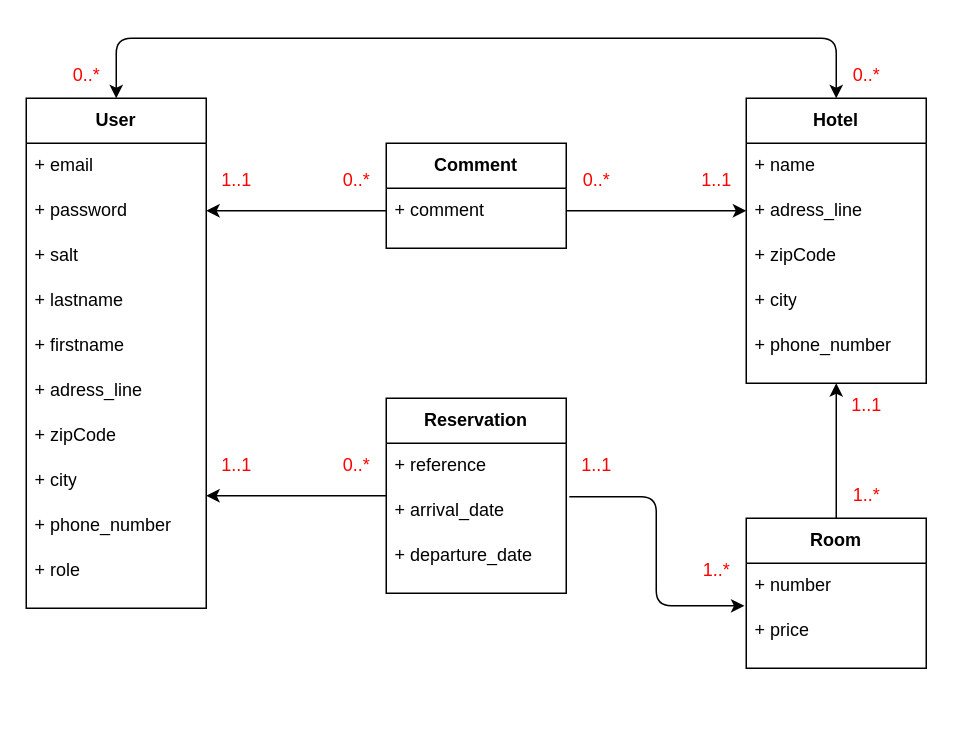
This is Conception/diagrammeBaseDeDonnées.drawio from SebastienCANVILLE/backdreaminluxehotelnew, a draw.io file, before an edit. Source tidied: cells renumbered, new cells numbered last; positions are measured from the earlier drawing's top-left corner, leaving out a move shared by most shapes. Both pictures are drawn from the tidied source at 150%, with x=0, y=0 at pixel (26, 38).
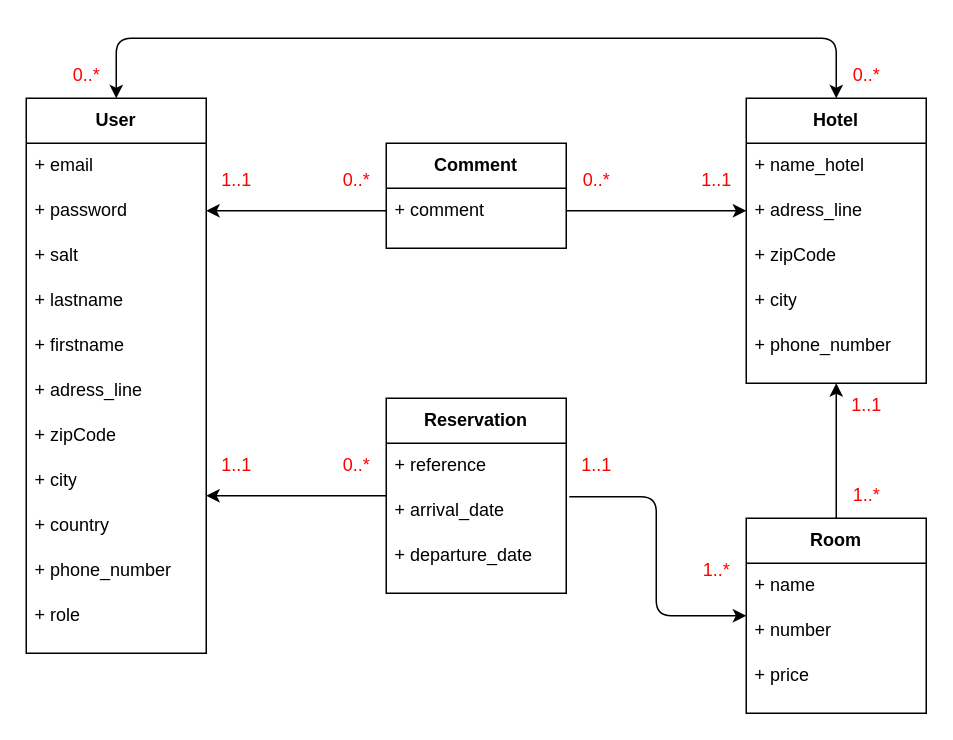
After the change.

Unchanged cells that the change refers to:
```xml
<mxCell id="16" value="+ arrival_date" style="text;strokeColor=none;fillColor=none;align=left;verticalAlign=middle;spacingLeft=4;spacingRight=4;overflow=hidden;points=[[0,0.5],[1,0.5]];portConstraint=eastwest;whiteSpace=wrap;html=1;" parent="14" vertex="1">
  <mxGeometry y="60" width="120" height="30" as="geometry" />
</mxCell>
<mxCell id="18" value="Hotel" style="swimlane;whiteSpace=wrap;html=1;startSize=30;" parent="1" vertex="1">
  <mxGeometry x="480" y="40" width="120" height="190" as="geometry" />
</mxCell>
```

The edit, as a diff of the source:
```diff
@@
     <mxCell id="2" value="User" style="swimlane;whiteSpace=wrap;html=1;startSize=30;" parent="1" vertex="1">
-      <mxGeometry y="40" width="120" height="340" as="geometry" />
+      <mxGeometry y="40" width="120" height="370" as="geometry" />
     </mxCell>
@@
     <mxCell id="10" value="+ phone_number" style="text;strokeColor=none;fillColor=none;align=left;verticalAlign=middle;spacingLeft=4;spacingRight=4;overflow=hidden;whiteSpace=wrap;html=1;" parent="2" vertex="1">
-      <mxGeometry y="270" width="120" height="30" as="geometry" />
+      <mxGeometry y="300" width="120" height="30" as="geometry" />
     </mxCell>
     <mxCell id="11" value="+ role" style="text;strokeColor=none;fillColor=none;align=left;verticalAlign=middle;spacingLeft=4;spacingRight=4;overflow=hidden;whiteSpace=wrap;html=1;" parent="2" vertex="1">
-      <mxGeometry y="300" width="120" height="30" as="geometry" />
+      <mxGeometry y="330" width="120" height="30" as="geometry" />
     </mxCell>
@@
+    <mxCell id="46" value="+ country" style="text;strokeColor=none;fillColor=none;align=left;verticalAlign=middle;spacingLeft=4;spacingRight=4;overflow=hidden;whiteSpace=wrap;html=1;" parent="2" vertex="1">
+      <mxGeometry y="270" width="120" height="30" as="geometry" />
+    </mxCell>
@@
-    <mxCell id="20" value="+ name" style="text;strokeColor=none;fillColor=none;align=left;verticalAlign=middle;spacingLeft=4;spacingRight=4;overflow=hidden;whiteSpace=wrap;html=1;" parent="18" vertex="1">
+    <mxCell id="20" value="+ name_hotel" style="text;strokeColor=none;fillColor=none;align=left;verticalAlign=middle;spacingLeft=4;spacingRight=4;overflow=hidden;whiteSpace=wrap;html=1;" parent="18" vertex="1">
       <mxGeometry y="30" width="120" height="30" as="geometry" />
     </mxCell>
@@
     <mxCell id="25" value="Room" style="swimlane;whiteSpace=wrap;html=1;startSize=30;" parent="1" vertex="1">
-      <mxGeometry x="480" y="320" width="120" height="100" as="geometry" />
+      <mxGeometry x="480" y="320" width="120" height="130" as="geometry" />
     </mxCell>
+    <mxCell id="27" value="+ number" style="text;strokeColor=none;fillColor=none;align=left;verticalAlign=middle;spacingLeft=4;spacingRight=4;overflow=hidden;whiteSpace=wrap;html=1;" parent="25" vertex="1">
+      <mxGeometry y="60" width="120" height="30" as="geometry" />
+    </mxCell>
+    <mxCell id="47" value="+ price" style="text;strokeColor=none;fillColor=none;align=left;verticalAlign=middle;spacingLeft=4;spacingRight=4;overflow=hidden;whiteSpace=wrap;html=1;" parent="25" vertex="1">
+      <mxGeometry y="90" width="120" height="30" as="geometry" />
+    </mxCell>
-    <mxCell id="26" value="+ price" style="text;strokeColor=none;fillColor=none;align=left;verticalAlign=middle;spacingLeft=4;spacingRight=4;overflow=hidden;points=[[0,0.5],[1,0.5]];portConstraint=eastwest;whiteSpace=wrap;html=1;" parent="25" vertex="1">
-      <mxGeometry y="60" width="120" height="30" as="geometry" />
+    <mxCell id="26" value="+ name" style="text;strokeColor=none;fillColor=none;align=left;verticalAlign=middle;spacingLeft=4;spacingRight=4;overflow=hidden;points=[[0,0.5],[1,0.5]];portConstraint=eastwest;whiteSpace=wrap;html=1;" parent="25" vertex="1">
+      <mxGeometry y="30" width="120" height="30" as="geometry" />
     </mxCell>
-    <mxCell id="27" value="+ number" style="text;strokeColor=none;fillColor=none;align=left;verticalAlign=middle;spacingLeft=4;spacingRight=4;overflow=hidden;whiteSpace=wrap;html=1;" parent="25" vertex="1">
-      <mxGeometry y="30" width="120" height="30" as="geometry" />
-    </mxCell>
@@
-    <mxCell id="43" style="endArrow=classic;html=1;edgeStyle=orthogonalEdgeStyle;entryX=-0.01;entryY=-0.053;entryDx=0;entryDy=0;exitX=1.017;exitY=0.187;exitDx=0;exitDy=0;entryPerimeter=0;exitPerimeter=0;" parent="1" edge="1" source="16" target="26">
+    <mxCell id="43" style="endArrow=classic;html=1;edgeStyle=orthogonalEdgeStyle;entryX=0;entryY=0.5;entryDx=0;entryDy=0;exitX=1.017;exitY=0.187;exitDx=0;exitDy=0;exitPerimeter=0;" parent="1" edge="1" source="16" target="25">
       <mxGeometry relative="1" as="geometry" />
     </mxCell>
```
